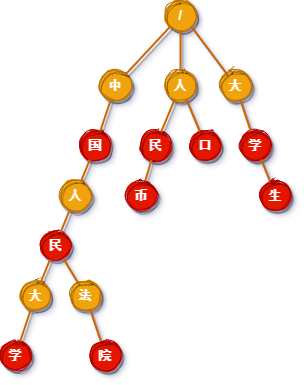
Before: res/trie.png, a diagram exported from draw.io (vincent-scw/mysearchengine). Source tidied: cells renumbered, new cells last; positions are measured from the earlier drawing's top-left corner, leaving out a move shared by most shapes.
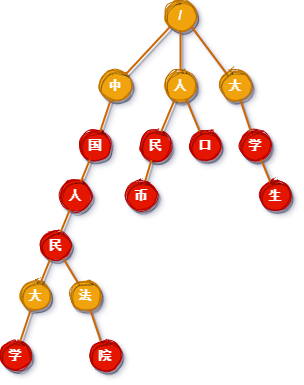
After the commit.

The edit, as a diff of the source:
```diff
@@ -11,7 +11,7 @@
     <mxCell id="4" value="国" style="ellipse;whiteSpace=wrap;html=1;fontFamily=Helvetica;fontSize=13;fontColor=#ffffff;fillColor=#e51400;strokeColor=#B20000;shadow=1;sketch=1;fillStyle=solid;fontStyle=1;" parent="1" vertex="1">
       <mxGeometry x="80" y="130" width="30" height="30" as="geometry" />
     </mxCell>
-    <mxCell id="5" value="人" style="ellipse;whiteSpace=wrap;html=1;fontFamily=Helvetica;fontSize=13;fontColor=#ffffff;fillColor=#f0a30a;strokeColor=#BD7000;shadow=1;sketch=1;fillStyle=solid;fontStyle=1;" parent="1" vertex="1">
+    <mxCell id="5" value="人" style="ellipse;whiteSpace=wrap;html=1;fontFamily=Helvetica;fontSize=13;fontColor=#ffffff;fillColor=#e51400;strokeColor=#B20000;shadow=1;sketch=1;fillStyle=solid;fontStyle=1;" parent="1" vertex="1">
       <mxGeometry x="60" y="180" width="30" height="30" as="geometry" />
     </mxCell>
     <mxCell id="6" value="民" style="ellipse;whiteSpace=wrap;html=1;fontFamily=Helvetica;fontSize=13;fontColor=#ffffff;fillColor=#e51400;strokeColor=#B20000;shadow=1;sketch=1;fillStyle=solid;fontStyle=1;" parent="1" vertex="1">
```
